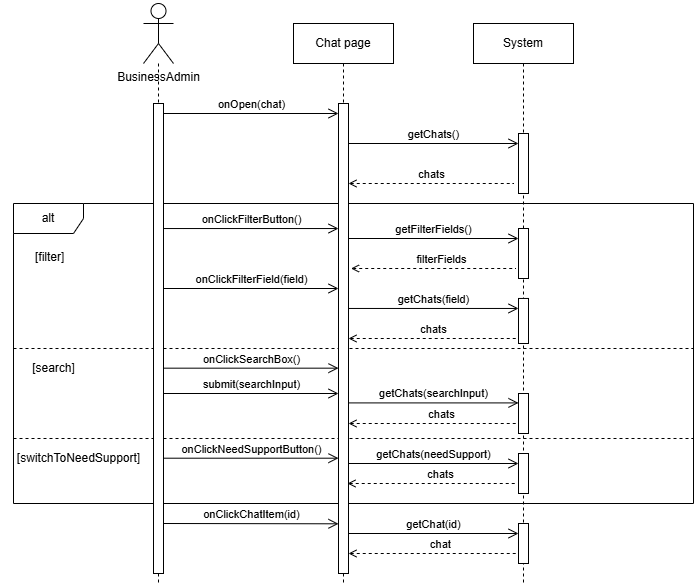
This is Dg_Sequence/Chat.png from DavidNguyen2212/DACN-TN_Chatbot_for_Enterprise, a draw.io export, as it was before one commit. Source tidied: cells renumbered, new cells last; positions are measured from the earlier drawing's top-left corner, leaving out a move shared by most shapes. Source of this version:
```xml
<mxGraphModel>
  <root>
    <mxCell id="0" />
    <mxCell id="1" parent="0" />
    <mxCell id="2" style="edgeStyle=orthogonalEdgeStyle;rounded=0;jettySize=auto;html=1;endArrow=none;endFill=0;dashed=1;" parent="1" edge="1" source="3">
      <mxGeometry relative="1" as="geometry">
        <mxPoint x="155" y="580" as="targetPoint" />
      </mxGeometry>
    </mxCell>
    <mxCell id="3" value="BusinessAdmin" style="shape=umlActor;verticalLabelPosition=bottom;verticalAlign=top;html=1;" parent="1" vertex="1">
      <mxGeometry x="140" width="30" height="60" as="geometry" />
    </mxCell>
    <mxCell id="4" value="onOpen(chat)" style="endArrow=open;startArrow=none;endFill=0;startFill=0;endSize=8;html=1;verticalAlign=bottom;labelBackgroundColor=none;rounded=0;" parent="1" edge="1" target="17">
      <mxGeometry relative="1" as="geometry">
        <mxPoint x="160" y="110" as="sourcePoint" />
      </mxGeometry>
    </mxCell>
    <mxCell id="5" value="alt" style="shape=umlFrame;whiteSpace=wrap;html=1;width=70;height=30;" parent="1" vertex="1">
      <mxGeometry x="10" y="200" width="680" height="300" as="geometry" />
    </mxCell>
    <mxCell id="6" value="[filter]" style="text;html=1;" parent="5" vertex="1">
      <mxGeometry width="100" height="20" relative="1" as="geometry">
        <mxPoint x="20" y="40" as="offset" />
      </mxGeometry>
    </mxCell>
    <mxCell id="7" style="line;strokeWidth=1;dashed=1;labelPosition=center;verticalLabelPosition=bottom;align=left;verticalAlign=top;spacingLeft=20;spacingTop=15;html=1;whiteSpace=wrap;" parent="5" vertex="1">
      <mxGeometry y="140" width="680" height="10" as="geometry" />
    </mxCell>
    <mxCell id="8" value="&lt;span style=&quot;text-align: left; text-wrap: wrap; background-color: rgb(255, 255, 255);&quot;&gt;[search]&lt;/span&gt;" style="text;html=1;align=center;verticalAlign=middle;strokeColor=none;fillColor=none;" parent="5" vertex="1">
      <mxGeometry x="5" y="150" width="70" height="30" as="geometry" />
    </mxCell>
    <mxCell id="9" value="onClickFilterButton()" style="endArrow=open;startArrow=none;endFill=0;startFill=0;endSize=8;html=1;verticalAlign=bottom;labelBackgroundColor=none;rounded=0;" parent="5" edge="1" target="17">
      <mxGeometry relative="1" as="geometry">
        <mxPoint x="150" y="25" as="sourcePoint" />
      </mxGeometry>
    </mxCell>
    <mxCell id="10" value="onClickFilterField(field)" style="endArrow=open;startArrow=none;endFill=0;startFill=0;endSize=8;html=1;verticalAlign=bottom;labelBackgroundColor=none;rounded=0;" parent="5" edge="1" target="17">
      <mxGeometry relative="1" as="geometry">
        <mxPoint x="150" y="85" as="sourcePoint" />
      </mxGeometry>
    </mxCell>
    <mxCell id="11" value="onClickSearchBox()" style="endArrow=open;startArrow=none;endFill=0;startFill=0;endSize=8;html=1;verticalAlign=bottom;labelBackgroundColor=none;rounded=0;" parent="5" edge="1" target="17">
      <mxGeometry relative="1" as="geometry">
        <mxPoint x="150" y="164.7" as="sourcePoint" />
      </mxGeometry>
    </mxCell>
    <mxCell id="12" value="submit(searchInput)" style="endArrow=open;startArrow=none;endFill=0;startFill=0;endSize=8;html=1;verticalAlign=bottom;labelBackgroundColor=none;rounded=0;" parent="5" edge="1" target="17">
      <mxGeometry relative="1" as="geometry">
        <mxPoint x="150" y="190" as="sourcePoint" />
      </mxGeometry>
    </mxCell>
    <mxCell id="13" style="line;strokeWidth=1;dashed=1;labelPosition=center;verticalLabelPosition=bottom;align=left;verticalAlign=top;spacingLeft=20;spacingTop=15;html=1;whiteSpace=wrap;" parent="5" vertex="1">
      <mxGeometry y="230" width="680" height="10" as="geometry" />
    </mxCell>
    <mxCell id="14" value="&lt;span style=&quot;text-align: left; text-wrap: wrap; background-color: rgb(255, 255, 255);&quot;&gt;[switchToNeedSupport]&lt;/span&gt;" style="text;html=1;align=center;verticalAlign=middle;strokeColor=none;fillColor=none;" parent="5" vertex="1">
      <mxGeometry x="-10" y="240" width="150" height="30" as="geometry" />
    </mxCell>
    <mxCell id="15" value="onClickNeedSupportButton()" style="endArrow=open;startArrow=none;endFill=0;startFill=0;endSize=8;html=1;verticalAlign=bottom;labelBackgroundColor=none;rounded=0;" parent="5" edge="1" target="17">
      <mxGeometry relative="1" as="geometry">
        <mxPoint x="150" y="254.7" as="sourcePoint" />
      </mxGeometry>
    </mxCell>
    <mxCell id="16" value="Chat page" style="shape=umlLifeline;perimeter=lifelinePerimeter;whiteSpace=wrap;html=1;newEdgeStyle={&quot;edgeStyle&quot;:&quot;elbowEdgeStyle&quot;,&quot;elbow&quot;:&quot;vertical&quot;,&quot;curved&quot;:0,&quot;rounded&quot;:0};" parent="5" vertex="1">
      <mxGeometry x="280" y="-180" width="100" height="560" as="geometry" />
    </mxCell>
    <mxCell id="17" style="html=1;points=[[0,0,0,0,5],[0,1,0,0,-5],[1,0,0,0,5],[1,1,0,0,-5]];perimeter=orthogonalPerimeter;outlineConnect=0;targetShapes=umlLifeline;portConstraint=eastwest;newEdgeStyle={&quot;curved&quot;:0,&quot;rounded&quot;:0};" parent="16" vertex="1">
      <mxGeometry x="45" y="80" width="10" height="470" as="geometry" />
    </mxCell>
    <mxCell id="18" value="&lt;div&gt;System&lt;/div&gt;" style="shape=umlLifeline;perimeter=lifelinePerimeter;whiteSpace=wrap;html=1;newEdgeStyle={&quot;edgeStyle&quot;:&quot;elbowEdgeStyle&quot;,&quot;elbow&quot;:&quot;vertical&quot;,&quot;curved&quot;:0,&quot;rounded&quot;:0};" parent="5" vertex="1">
      <mxGeometry x="460" y="-180" width="100" height="560" as="geometry" />
    </mxCell>
    <mxCell id="19" style="html=1;perimeter=orthogonalPerimeter;targetShapes=umlLifeline;newEdgeStyle={&quot;curved&quot;:0,&quot;rounded&quot;:0};" parent="18" vertex="1">
      <mxGeometry x="45" y="110" width="10" height="60" as="geometry" />
    </mxCell>
    <mxCell id="20" style="html=1;perimeter=orthogonalPerimeter;targetShapes=umlLifeline;newEdgeStyle={&quot;curved&quot;:0,&quot;rounded&quot;:0};" parent="18" vertex="1">
      <mxGeometry x="45" y="430" width="10" height="40" as="geometry" />
    </mxCell>
    <mxCell id="21" style="html=1;perimeter=orthogonalPerimeter;targetShapes=umlLifeline;newEdgeStyle={&quot;curved&quot;:0,&quot;rounded&quot;:0};" parent="18" vertex="1">
      <mxGeometry x="45" y="500" width="10" height="40" as="geometry" />
    </mxCell>
    <mxCell id="22" value="getChats()" style="endArrow=open;startArrow=none;endFill=0;startFill=0;endSize=8;html=1;verticalAlign=bottom;labelBackgroundColor=none;rounded=0;" parent="5" edge="1">
      <mxGeometry relative="1" as="geometry">
        <mxPoint x="335" y="-60" as="sourcePoint" />
        <mxPoint x="505" y="-60" as="targetPoint" />
      </mxGeometry>
    </mxCell>
    <mxCell id="23" value="chats" style="endArrow=none;startArrow=open;endFill=0;startFill=0;endSize=8;html=1;verticalAlign=bottom;dashed=1;labelBackgroundColor=none;rounded=0;" parent="5" edge="1">
      <mxGeometry relative="1" as="geometry">
        <mxPoint x="335" y="-20" as="sourcePoint" />
        <mxPoint x="500" y="-20" as="targetPoint" />
      </mxGeometry>
    </mxCell>
    <mxCell id="24" style="html=1;perimeter=orthogonalPerimeter;targetShapes=umlLifeline;newEdgeStyle={&quot;curved&quot;:0,&quot;rounded&quot;:0};" parent="5" vertex="1">
      <mxGeometry x="505" y="190" width="10" height="40" as="geometry" />
    </mxCell>
    <mxCell id="25" value="getChats(searchInput)" style="endArrow=open;startArrow=none;endFill=0;startFill=0;endSize=8;html=1;verticalAlign=bottom;labelBackgroundColor=none;rounded=0;" parent="5" edge="1">
      <mxGeometry relative="1" as="geometry">
        <mxPoint x="335" y="199.4" as="sourcePoint" />
        <mxPoint x="505" y="199.4" as="targetPoint" />
      </mxGeometry>
    </mxCell>
    <mxCell id="26" style="html=1;perimeter=orthogonalPerimeter;targetShapes=umlLifeline;newEdgeStyle={&quot;curved&quot;:0,&quot;rounded&quot;:0};" parent="5" vertex="1">
      <mxGeometry x="505" y="95" width="10" height="45" as="geometry" />
    </mxCell>
    <mxCell id="27" style="html=1;points=[[0,0,0,0,5],[0,1,0,0,-5],[1,0,0,0,5],[1,1,0,0,-5]];perimeter=orthogonalPerimeter;outlineConnect=0;targetShapes=umlLifeline;portConstraint=eastwest;newEdgeStyle={&quot;curved&quot;:0,&quot;rounded&quot;:0};" parent="5" vertex="1">
      <mxGeometry x="505" y="25" width="10" height="50" as="geometry" />
    </mxCell>
    <mxCell id="28" value="filterFields" style="endArrow=none;startArrow=open;endFill=0;startFill=0;endSize=8;html=1;verticalAlign=bottom;dashed=1;labelBackgroundColor=none;rounded=0;" parent="5" edge="1">
      <mxGeometry x="0.09" relative="1" as="geometry">
        <mxPoint x="337.5" y="65" as="sourcePoint" />
        <mxPoint x="502.5" y="65" as="targetPoint" />
      </mxGeometry>
    </mxCell>
    <mxCell id="29" value="getFilterFields()" style="endArrow=open;startArrow=none;endFill=0;startFill=0;endSize=8;html=1;verticalAlign=bottom;labelBackgroundColor=none;rounded=0;" parent="5" edge="1" target="27">
      <mxGeometry relative="1" as="geometry">
        <mxPoint x="335" y="35" as="sourcePoint" />
      </mxGeometry>
    </mxCell>
    <mxCell id="30" value="getChats(field)" style="endArrow=open;startArrow=none;endFill=0;startFill=0;endSize=8;html=1;verticalAlign=bottom;labelBackgroundColor=none;rounded=0;" parent="5" edge="1">
      <mxGeometry relative="1" as="geometry">
        <mxPoint x="335" y="105" as="sourcePoint" />
        <mxPoint x="505" y="105" as="targetPoint" />
      </mxGeometry>
    </mxCell>
    <mxCell id="31" value="chats" style="endArrow=none;startArrow=open;endFill=0;startFill=0;endSize=8;html=1;verticalAlign=bottom;dashed=1;labelBackgroundColor=none;rounded=0;" parent="5" edge="1">
      <mxGeometry relative="1" as="geometry">
        <mxPoint x="335" y="135" as="sourcePoint" />
        <mxPoint x="505" y="135" as="targetPoint" />
      </mxGeometry>
    </mxCell>
    <mxCell id="32" value="chats" style="endArrow=none;startArrow=open;endFill=0;startFill=0;endSize=8;html=1;verticalAlign=bottom;dashed=1;labelBackgroundColor=none;rounded=0;" parent="5" edge="1">
      <mxGeometry x="0.09" relative="1" as="geometry">
        <mxPoint x="335" y="220" as="sourcePoint" />
        <mxPoint x="505" y="220" as="targetPoint" />
      </mxGeometry>
    </mxCell>
    <mxCell id="33" value="getChats(needSupport)" style="endArrow=open;startArrow=none;endFill=0;startFill=0;endSize=8;html=1;verticalAlign=bottom;labelBackgroundColor=none;rounded=0;" parent="5" edge="1">
      <mxGeometry relative="1" as="geometry">
        <mxPoint x="335" y="260" as="sourcePoint" />
        <mxPoint x="505" y="260" as="targetPoint" />
      </mxGeometry>
    </mxCell>
    <mxCell id="34" value="chats" style="endArrow=none;startArrow=open;endFill=0;startFill=0;endSize=8;html=1;verticalAlign=bottom;dashed=1;labelBackgroundColor=none;rounded=0;" parent="5" edge="1">
      <mxGeometry x="0.09" relative="1" as="geometry">
        <mxPoint x="334" y="280" as="sourcePoint" />
        <mxPoint x="504" y="280" as="targetPoint" />
      </mxGeometry>
    </mxCell>
    <mxCell id="35" value="getChat(id)" style="endArrow=open;startArrow=none;endFill=0;startFill=0;endSize=8;html=1;verticalAlign=bottom;labelBackgroundColor=none;rounded=0;" parent="5" edge="1">
      <mxGeometry relative="1" as="geometry">
        <mxPoint x="335" y="330" as="sourcePoint" />
        <mxPoint x="505" y="330" as="targetPoint" />
      </mxGeometry>
    </mxCell>
    <mxCell id="36" value="chat" style="endArrow=none;startArrow=open;endFill=0;startFill=0;endSize=8;html=1;verticalAlign=bottom;dashed=1;labelBackgroundColor=none;rounded=0;" parent="5" edge="1">
      <mxGeometry x="0.09" relative="1" as="geometry">
        <mxPoint x="335" y="350" as="sourcePoint" />
        <mxPoint x="505" y="350" as="targetPoint" />
      </mxGeometry>
    </mxCell>
    <mxCell id="37" style="html=1;perimeter=orthogonalPerimeter;targetShapes=umlLifeline;newEdgeStyle={&quot;curved&quot;:0,&quot;rounded&quot;:0};" parent="1" vertex="1">
      <mxGeometry x="150" y="100" width="10" height="470" as="geometry" />
    </mxCell>
    <mxCell id="38" value="onClickChatItem(id)" style="endArrow=open;startArrow=none;endFill=0;startFill=0;endSize=8;html=1;verticalAlign=bottom;labelBackgroundColor=none;rounded=0;" parent="1" edge="1">
      <mxGeometry relative="1" as="geometry">
        <mxPoint x="160" y="520" as="sourcePoint" />
        <mxPoint x="335" y="520.3" as="targetPoint" />
      </mxGeometry>
    </mxCell>
  </root>
</mxGraphModel>
```
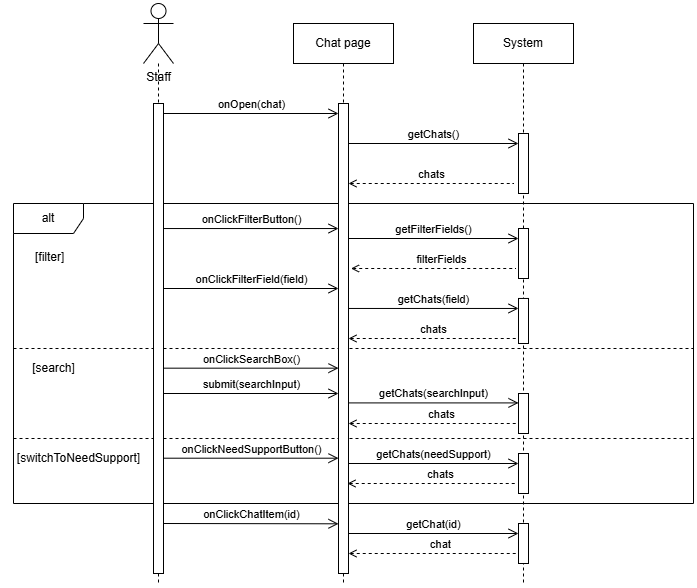
Above is the later version.

Diff of the diagram source:
```diff
@@ -7,7 +7,7 @@
         <mxPoint x="155" y="580" as="targetPoint" />
       </mxGeometry>
     </mxCell>
-    <mxCell id="3" value="BusinessAdmin" style="shape=umlActor;verticalLabelPosition=bottom;verticalAlign=top;html=1;" parent="1" vertex="1">
+    <mxCell id="3" value="Staff" style="shape=umlActor;verticalLabelPosition=bottom;verticalAlign=top;html=1;" parent="1" vertex="1">
       <mxGeometry x="140" width="30" height="60" as="geometry" />
     </mxCell>
     <mxCell id="4" value="onOpen(chat)" style="endArrow=open;startArrow=none;endFill=0;startFill=0;endSize=8;html=1;verticalAlign=bottom;labelBackgroundColor=none;rounded=0;" parent="1" edge="1" target="17">
```
